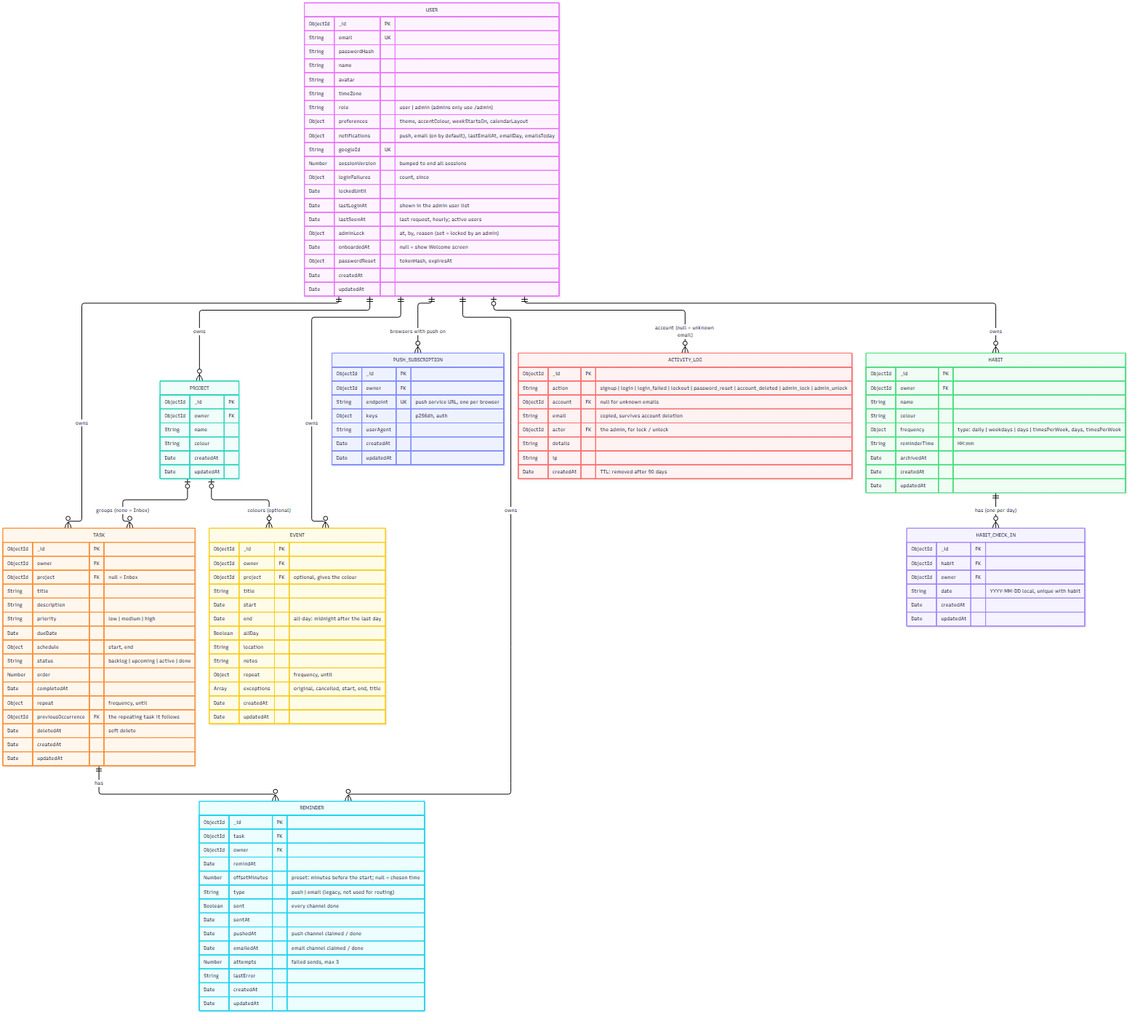
This is docs/erd.png from khang-ngo4444/VCD_Agendal, a Mermaid export, as it was before one commit. Its source is kept beside it as docs/erd.mmd.
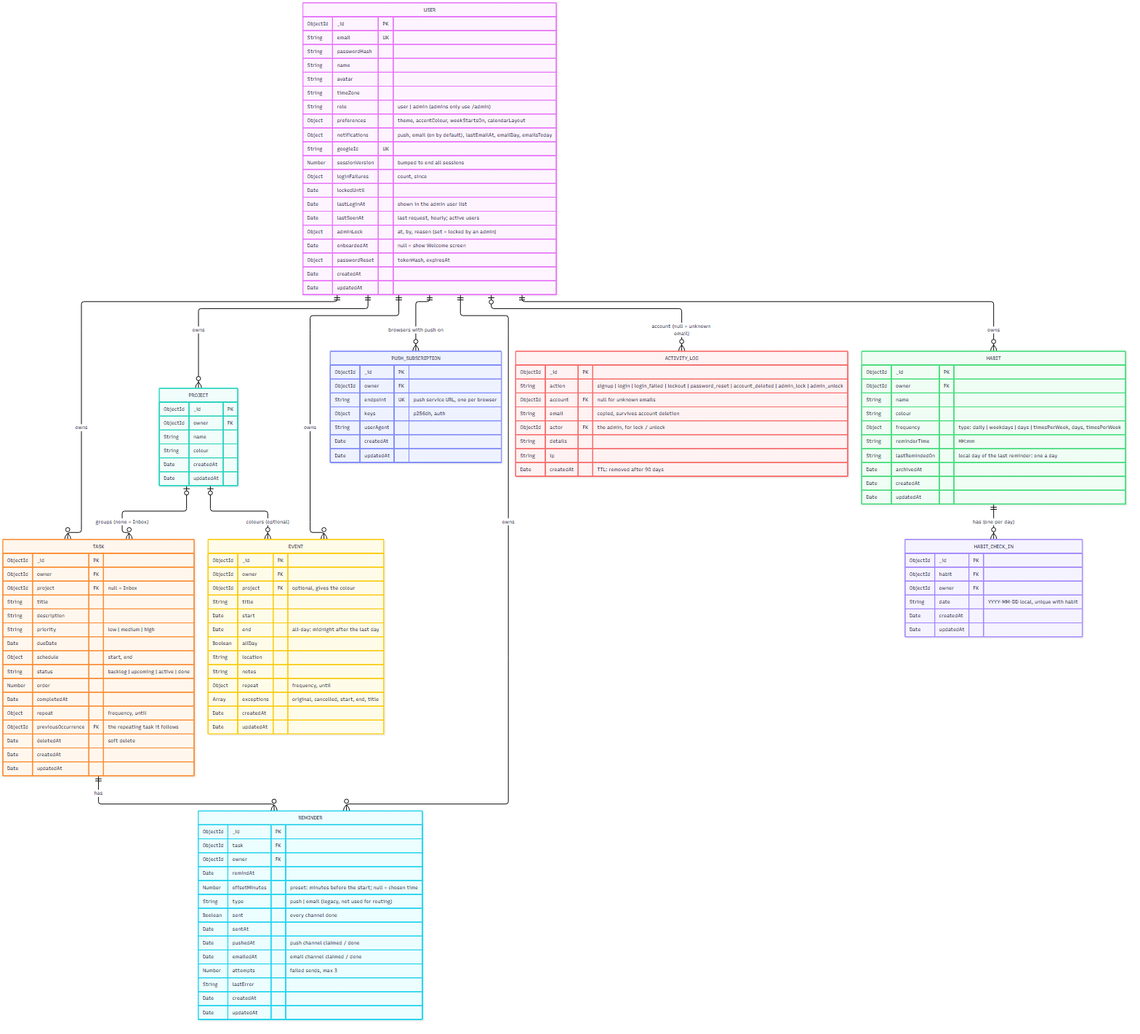
After the commit.

Commit message:
Remind people of their habits at the habit's reminder time Card: Habit reminders

What changed in the source:
```diff
@@ -91,6 +91,7 @@
         String colour
         Object frequency "type: daily | weekdays | days | timesPerWeek, days, timesPerWeek"
         String reminderTime "HH:mm"
+        String lastRemindedOn "local day of the last reminder: one a day"
         Date archivedAt
         Date createdAt
         Date updatedAt
```
